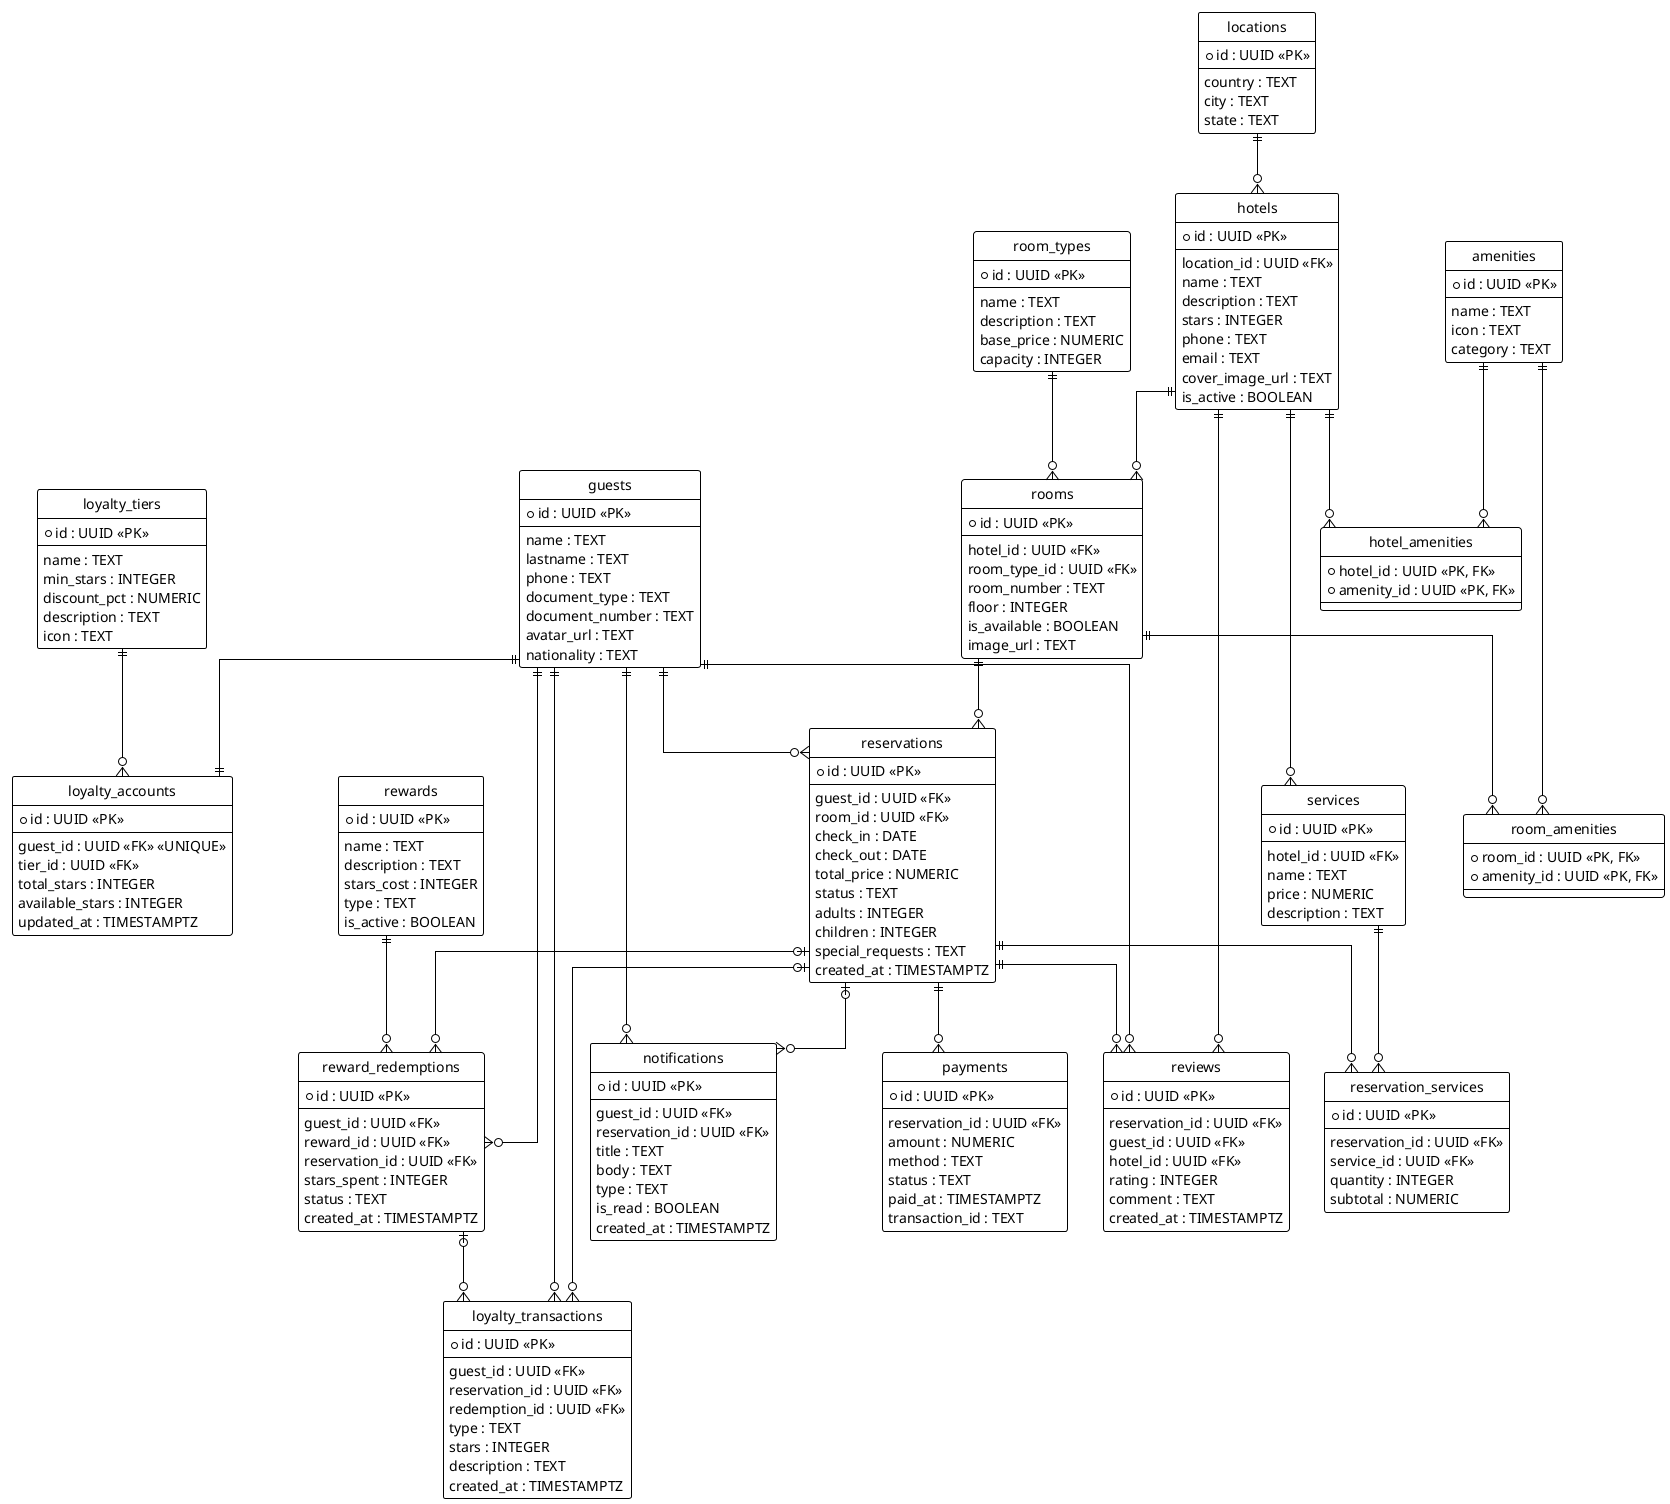
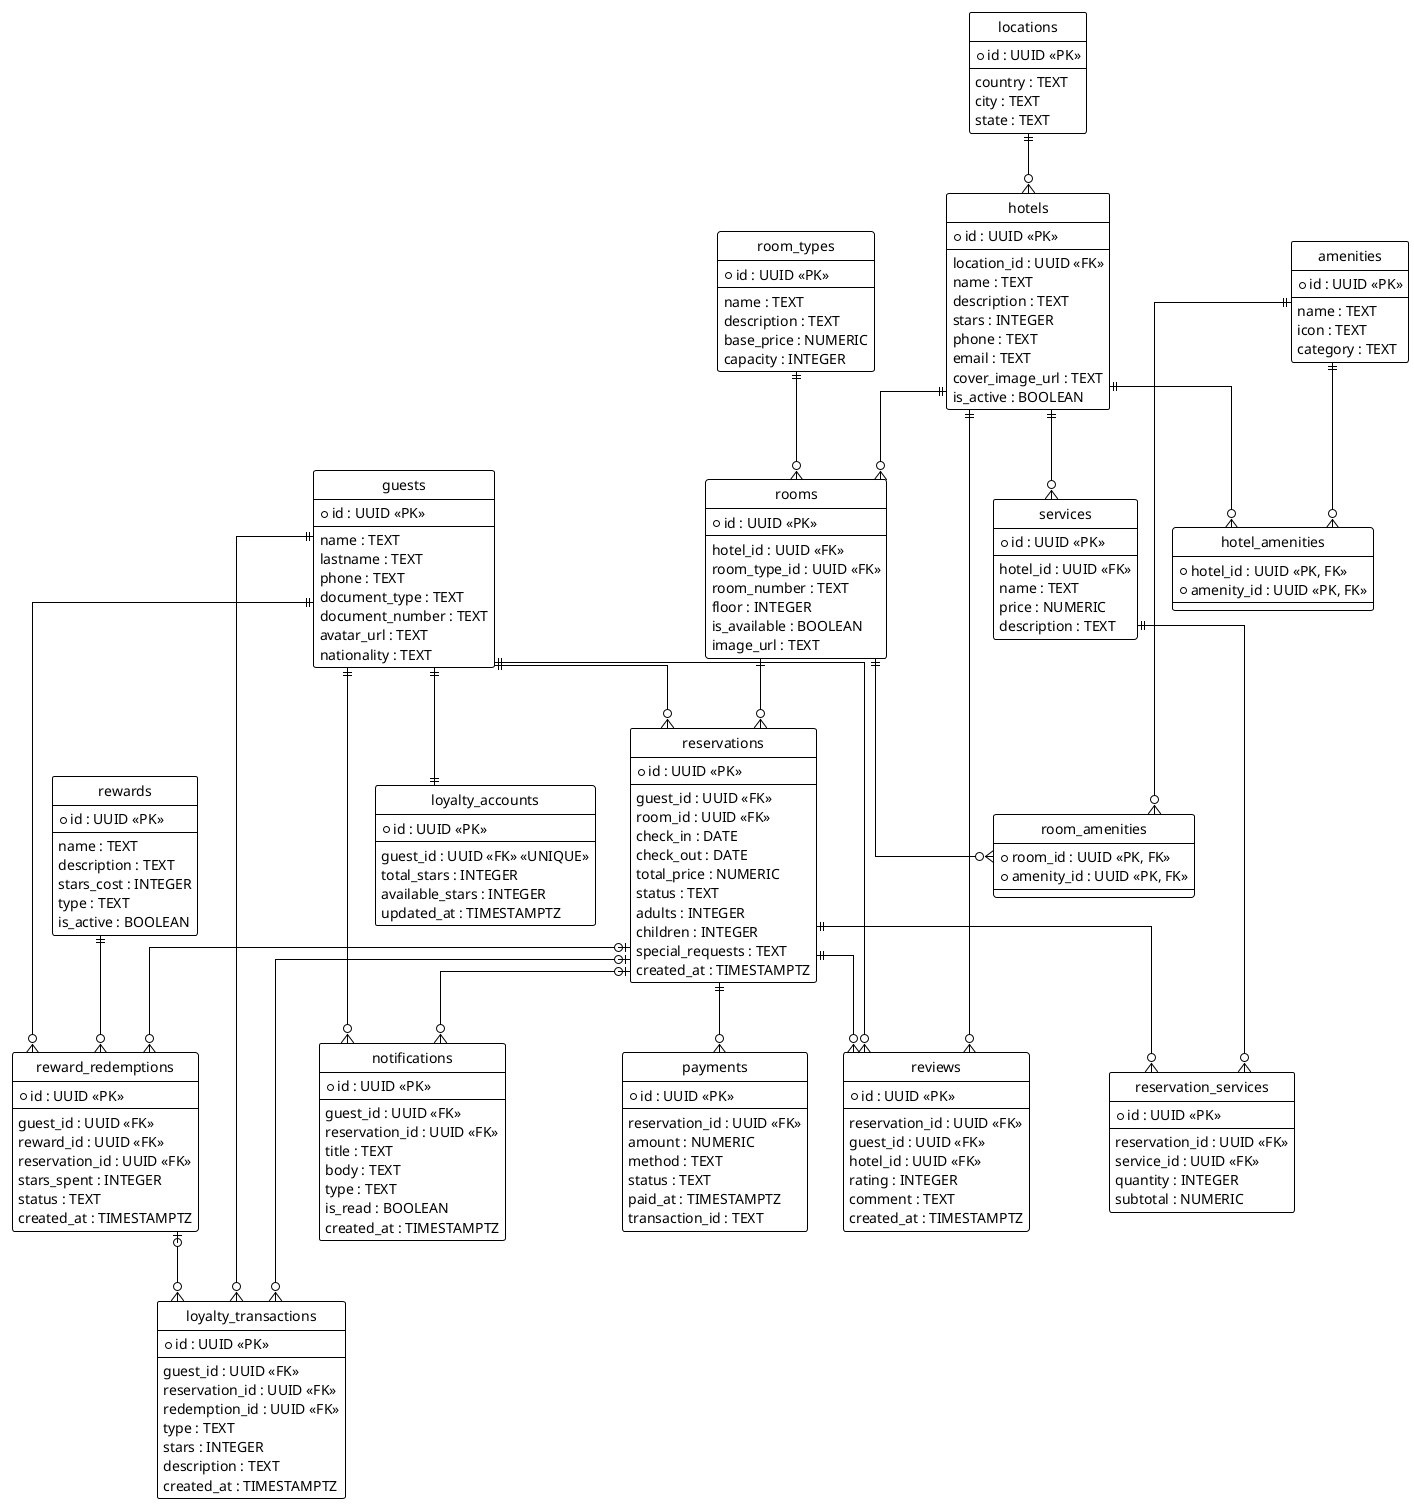
@startuml
!theme plain
hide circle
skinparam linetype ortho

' --- ENTIDADES ---

entity "locations" as L {
  * id : UUID <<PK>>
  --
  country : TEXT
  city : TEXT
  state : TEXT
}

entity "hotels" as H {
  * id : UUID <<PK>>
  --
  location_id : UUID <<FK>>
  name : TEXT
  description : TEXT
  stars : INTEGER
  phone : TEXT
  email : TEXT
  cover_image_url : TEXT
  is_active : BOOLEAN
}

entity "room_types" as RT {
  * id : UUID <<PK>>
  --
  name : TEXT
  description : TEXT
  base_price : NUMERIC
  capacity : INTEGER
}

entity "rooms" as R {
  * id : UUID <<PK>>
  --
  hotel_id : UUID <<FK>>
  room_type_id : UUID <<FK>>
  room_number : TEXT
  floor : INTEGER
  is_available : BOOLEAN
  image_url : TEXT
}

entity "guests" as G {
  * id : UUID <<PK>>
  --
  name : TEXT
  lastname : TEXT
  phone : TEXT
  document_type : TEXT
  document_number : TEXT
  avatar_url : TEXT
  nationality : TEXT
}

- entity "loyalty_tiers" as LT {
-   * id : UUID <<PK>>
-   --
-   name : TEXT
-   min_stars : INTEGER
-   discount_pct : NUMERIC
-   description : TEXT
-   icon : TEXT
- }
- 
entity "loyalty_accounts" as LA {
  * id : UUID <<PK>>
  --
  guest_id : UUID <<FK>> <<UNIQUE>>
-   tier_id : UUID <<FK>>
  total_stars : INTEGER
  available_stars : INTEGER
  updated_at : TIMESTAMPTZ
}

entity "reservations" as RES {
  * id : UUID <<PK>>
  --
  guest_id : UUID <<FK>>
  room_id : UUID <<FK>>
  check_in : DATE
  check_out : DATE
  total_price : NUMERIC
  status : TEXT
  adults : INTEGER
  children : INTEGER
  special_requests : TEXT
  created_at : TIMESTAMPTZ
}

entity "payments" as P {
  * id : UUID <<PK>>
  --
  reservation_id : UUID <<FK>>
  amount : NUMERIC
  method : TEXT
  status : TEXT
  paid_at : TIMESTAMPTZ
  transaction_id : TEXT
}

entity "amenities" as AM {
  * id : UUID <<PK>>
  --
  name : TEXT
  icon : TEXT
  category : TEXT
}

entity "hotel_amenities" as HA {
  * hotel_id : UUID <<PK, FK>>
  * amenity_id : UUID <<PK, FK>>
}

entity "room_amenities" as RA {
  * room_id : UUID <<PK, FK>>
  * amenity_id : UUID <<PK, FK>>
}

entity "services" as S {
  * id : UUID <<PK>>
  --
  hotel_id : UUID <<FK>>
  name : TEXT
  price : NUMERIC
  description : TEXT
}

entity "reservation_services" as RS {
  * id : UUID <<PK>>
  --
  reservation_id : UUID <<FK>>
  service_id : UUID <<FK>>
  quantity : INTEGER
  subtotal : NUMERIC
}

entity "loyalty_transactions" as LTX {
  * id : UUID <<PK>>
  --
  guest_id : UUID <<FK>>
  reservation_id : UUID <<FK>>
  redemption_id : UUID <<FK>>
  type : TEXT
  stars : INTEGER
  description : TEXT
  created_at : TIMESTAMPTZ
}

entity "rewards" as RW {
  * id : UUID <<PK>>
  --
  name : TEXT
  description : TEXT
  stars_cost : INTEGER
  type : TEXT
  is_active : BOOLEAN
}

entity "reward_redemptions" as RR {
  * id : UUID <<PK>>
  --
  guest_id : UUID <<FK>>
  reward_id : UUID <<FK>>
  reservation_id : UUID <<FK>>
  stars_spent : INTEGER
  status : TEXT
  created_at : TIMESTAMPTZ
}

entity "reviews" as REV {
  * id : UUID <<PK>>
  --
  reservation_id : UUID <<FK>>
  guest_id : UUID <<FK>>
  hotel_id : UUID <<FK>>
  rating : INTEGER
  comment : TEXT
  created_at : TIMESTAMPTZ
}

entity "notifications" as N {
  * id : UUID <<PK>>
  --
  guest_id : UUID <<FK>>
  reservation_id : UUID <<FK>>
  title : TEXT
  body : TEXT
  type : TEXT
  is_read : BOOLEAN
  created_at : TIMESTAMPTZ
}

' --- RELACIONES ---

L ||--o{ H
H ||--o{ R
RT ||--o{ R
G ||--o{ RES
R ||--o{ RES
RES ||--o{ P
RES ||--o{ RS
S ||--o{ RS
H ||--o{ S

H ||--o{ HA
AM ||--o{ HA
R ||--o{ RA
AM ||--o{ RA

G ||--|| LA
- LT ||--o{ LA
+ 
G ||--o{ LTX
RES |o--o{ LTX
RR |o--o{ LTX

G ||--o{ RR
RW ||--o{ RR
RES |o--o{ RR

RES ||--o{ REV
G ||--o{ REV
H ||--o{ REV

G ||--o{ N
RES |o--o{ N

@enduml